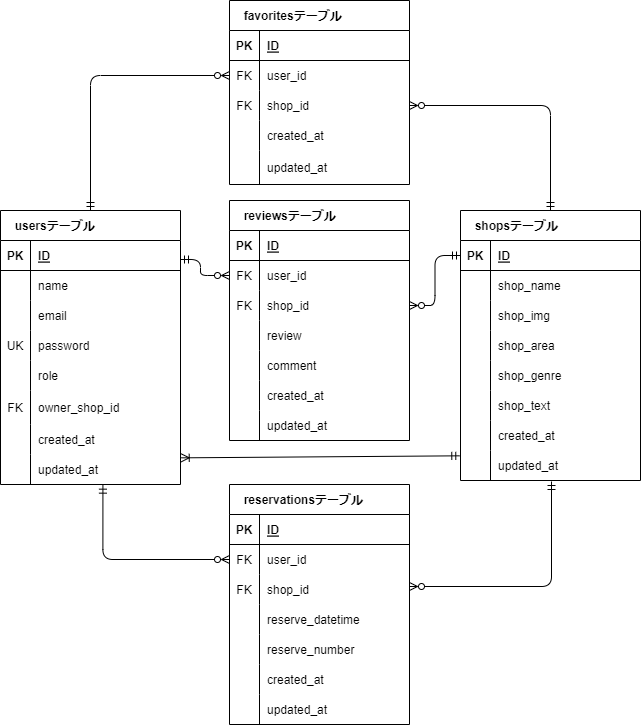
The draw.io diagram rese.drawio.png in tmdressage/Pro-test, before a commit. Source tidied: cells renumbered, new cells last; positions are measured from the earlier drawing's top-left corner, leaving out a move shared by most shapes.
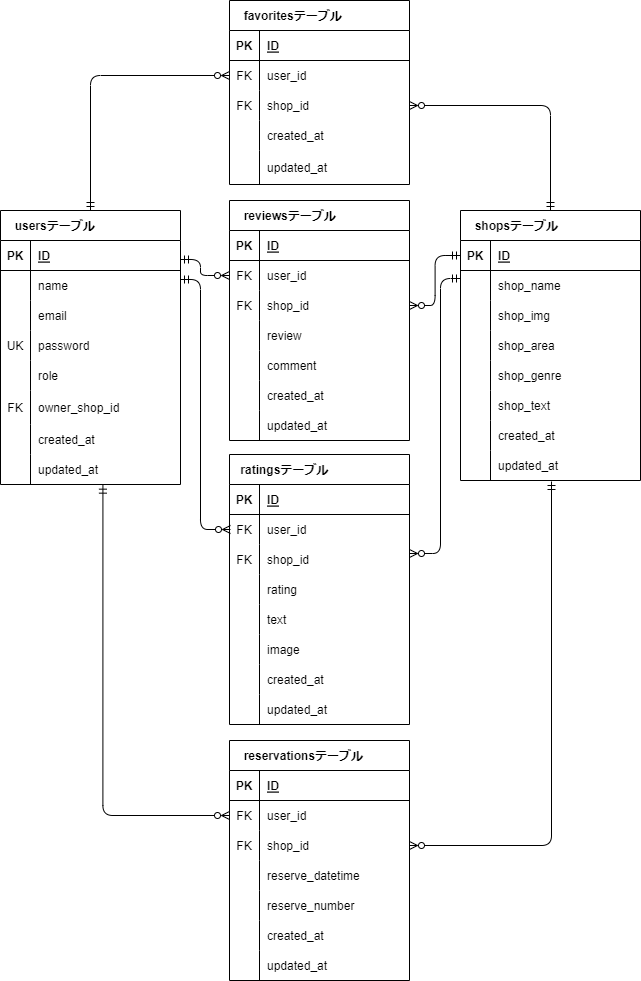
Later version of the same file.

Commit message:
Pro入会テスト提出用(3つの追加機能実装)

What changed in the source:
```diff
@@ -78,7 +78,7 @@
       <mxGeometry x="30" width="150" height="30" as="geometry" />
     </mxCell>
     <mxCell id="27" value="  reservationsテーブル" style="shape=table;startSize=30;rowLines=0;fontStyle=1;align=left;fillColor=none;spacingLeft=6;rotation=0;rounded=0;" parent="1" vertex="1">
-      <mxGeometry x="229" y="484" width="180" height="240" as="geometry" />
+      <mxGeometry x="229" y="740" width="180" height="240" as="geometry" />
     </mxCell>
     <mxCell id="28" style="shape=tableRow;horizontal=0;startSize=0;swimlaneHead=0;swimlaneBody=0;fillColor=none;top=0;left=0;right=0;bottom=1;rounded=0;" parent="27" vertex="1">
       <mxGeometry y="30" width="180" height="30" as="geometry" />
@@ -221,9 +221,8 @@
     <mxCell id="74" style="fontSize=12;html=1;endArrow=ERzeroToMany;startArrow=ERmandOne;sketch=0;hachureGap=4;jiggle=2;curveFitting=1;fontFamily=Architects Daughter;fontSource=https%3A%2F%2Ffonts.googleapis.com%2Fcss%3Ffamily%3DArchitects%2BDaughter;edgeStyle=orthogonalEdgeStyle;entryX=0;entryY=0.5;entryDx=0;entryDy=0;endFill=0;exitX=0.569;exitY=1.022;exitDx=0;exitDy=0;exitPerimeter=0;" parent="1" edge="1" source="24" target="31">
       <mxGeometry relative="1" as="geometry" />
     </mxCell>
-    <mxCell id="75" style="fontSize=12;html=1;endArrow=ERmandOne;startArrow=ERzeroToMany;sketch=0;hachureGap=4;jiggle=2;curveFitting=1;fontFamily=Architects Daughter;fontSource=https%3A%2F%2Ffonts.googleapis.com%2Fcss%3Ffamily%3DArchitects%2BDaughter;startFill=0;endFill=0;exitX=1;exitY=0.5;exitDx=0;exitDy=0;edgeStyle=orthogonalEdgeStyle;" parent="1" edge="1">
+    <mxCell id="75" style="fontSize=12;html=1;endArrow=ERmandOne;startArrow=ERzeroToMany;sketch=0;hachureGap=4;jiggle=2;curveFitting=1;fontFamily=Architects Daughter;fontSource=https%3A%2F%2Ffonts.googleapis.com%2Fcss%3Ffamily%3DArchitects%2BDaughter;startFill=0;endFill=0;edgeStyle=orthogonalEdgeStyle;exitX=1;exitY=0.5;exitDx=0;exitDy=0;" parent="1" edge="1" source="34">
       <mxGeometry relative="1" as="geometry">
-        <mxPoint x="409" y="586" as="sourcePoint" />
         <mxPoint x="551" y="481" as="targetPoint" />
       </mxGeometry>
     </mxCell>
@@ -363,11 +362,100 @@
     <mxCell id="117" style="fontSize=12;html=1;endArrow=ERzeroToMany;startArrow=ERmandOne;sketch=0;hachureGap=4;jiggle=2;curveFitting=1;fontFamily=Architects Daughter;fontSource=https%3A%2F%2Ffonts.googleapis.com%2Fcss%3Ffamily%3DArchitects%2BDaughter;exitX=0;exitY=0.5;exitDx=0;exitDy=0;endFill=0;entryX=1;entryY=0.5;entryDx=0;entryDy=0;edgeStyle=orthogonalEdgeStyle;" parent="1" edge="1" source="50" target="101">
       <mxGeometry relative="1" as="geometry" />
     </mxCell>
-    <mxCell id="118" style="fontSize=12;html=1;endArrow=ERoneToMany;startArrow=ERmandOne;hachureGap=4;fontFamily=Architects Daughter;fontSource=https%3A%2F%2Ffonts.googleapis.com%2Fcss%3Ffamily%3DArchitects%2BDaughter;entryX=1.004;entryY=-0.022;entryDx=0;entryDy=0;entryPerimeter=0;exitX=-0.004;exitY=0.044;exitDx=0;exitDy=0;exitPerimeter=0;" parent="1" edge="1">
-      <mxGeometry relative="1" as="geometry">
-        <mxPoint x="459.3" y="455.3" as="sourcePoint" />
-        <mxPoint x="180.7" y="457.3" as="targetPoint" />
-      </mxGeometry>
+    <mxCell id="118" value=" ratingsテーブル" style="shape=table;startSize=30;rowLines=0;fontStyle=1;align=left;fillColor=none;spacingLeft=6;rotation=0;rounded=0;" parent="1" vertex="1">
+      <mxGeometry x="229" y="454" width="180" height="270" as="geometry" />
     </mxCell>
+    <mxCell id="119" style="shape=tableRow;horizontal=0;startSize=0;swimlaneHead=0;swimlaneBody=0;fillColor=none;top=0;left=0;right=0;bottom=1;rounded=0;" parent="118" vertex="1">
+      <mxGeometry y="30" width="180" height="30" as="geometry" />
+    </mxCell>
+    <mxCell id="120" value="PK" style="shape=partialRectangle;fillColor=none;top=0;left=0;bottom=0;right=0;fontStyle=1;overflow=hidden;rounded=0;" parent="119" vertex="1">
+      <mxGeometry width="30" height="30" as="geometry" />
+    </mxCell>
+    <mxCell id="121" value="ID" style="shape=partialRectangle;fillColor=none;top=0;left=0;bottom=0;right=0;align=left;spacingLeft=6;fontStyle=5;overflow=hidden;rounded=0;" parent="119" vertex="1">
+      <mxGeometry x="30" width="150" height="30" as="geometry" />
+    </mxCell>
+    <mxCell id="122" style="shape=tableRow;horizontal=0;startSize=0;swimlaneHead=0;swimlaneBody=0;fillColor=none;top=0;left=0;right=0;bottom=0;rounded=0;" parent="118" vertex="1">
+      <mxGeometry y="60" width="180" height="30" as="geometry" />
+    </mxCell>
+    <mxCell id="123" value="FK" style="shape=partialRectangle;fillColor=none;top=0;left=0;bottom=0;right=0;overflow=hidden;rounded=0;" parent="122" vertex="1">
+      <mxGeometry width="30" height="30" as="geometry" />
+    </mxCell>
+    <mxCell id="124" value="user_id" style="shape=partialRectangle;fillColor=none;top=0;left=0;bottom=0;right=0;align=left;spacingLeft=6;overflow=hidden;rounded=0;" parent="122" vertex="1">
+      <mxGeometry x="30" width="150" height="30" as="geometry" />
+    </mxCell>
+    <mxCell id="125" style="shape=tableRow;horizontal=0;startSize=0;swimlaneHead=0;swimlaneBody=0;fillColor=none;top=0;left=0;right=0;bottom=0;rounded=0;" parent="118" vertex="1">
+      <mxGeometry y="90" width="180" height="30" as="geometry" />
+    </mxCell>
+    <mxCell id="126" value="FK" style="shape=partialRectangle;fillColor=none;top=0;left=0;bottom=0;right=0;overflow=hidden;rounded=0;" parent="125" vertex="1">
+      <mxGeometry width="30" height="30" as="geometry" />
+    </mxCell>
+    <mxCell id="127" value="shop_id" style="shape=partialRectangle;fillColor=none;top=0;left=0;bottom=0;right=0;align=left;spacingLeft=6;overflow=hidden;rounded=0;" parent="125" vertex="1">
+      <mxGeometry x="30" width="150" height="30" as="geometry" />
+    </mxCell>
+    <mxCell id="128" style="shape=tableRow;horizontal=0;startSize=0;swimlaneHead=0;swimlaneBody=0;fillColor=none;top=0;left=0;right=0;bottom=0;rounded=0;" parent="118" vertex="1">
+      <mxGeometry y="120" width="180" height="30" as="geometry" />
+    </mxCell>
+    <mxCell id="129" style="shape=partialRectangle;fillColor=none;top=0;left=0;bottom=0;right=0;overflow=hidden;rounded=0;" parent="128" vertex="1">
+      <mxGeometry width="30" height="30" as="geometry" />
+    </mxCell>
+    <mxCell id="130" value="rating" style="shape=partialRectangle;fillColor=none;top=0;left=0;bottom=0;right=0;align=left;spacingLeft=6;overflow=hidden;rounded=0;" parent="128" vertex="1">
+      <mxGeometry x="30" width="150" height="30" as="geometry" />
+    </mxCell>
+    <mxCell id="131" style="shape=tableRow;horizontal=0;startSize=0;swimlaneHead=0;swimlaneBody=0;fillColor=none;top=0;left=0;right=0;bottom=0;rounded=0;" parent="118" vertex="1">
+      <mxGeometry y="150" width="180" height="30" as="geometry" />
+    </mxCell>
+    <mxCell id="132" style="shape=partialRectangle;fillColor=none;top=0;left=0;bottom=0;right=0;overflow=hidden;rounded=0;" parent="131" vertex="1">
+      <mxGeometry width="30" height="30" as="geometry" />
+    </mxCell>
+    <mxCell id="133" value="text" style="shape=partialRectangle;fillColor=none;top=0;left=0;bottom=0;right=0;align=left;spacingLeft=6;overflow=hidden;rounded=0;" parent="131" vertex="1">
+      <mxGeometry x="30" width="150" height="30" as="geometry" />
+    </mxCell>
+    <mxCell id="134" style="shape=tableRow;horizontal=0;startSize=0;swimlaneHead=0;swimlaneBody=0;fillColor=none;top=0;left=0;right=0;bottom=0;rounded=0;" parent="118" vertex="1">
+      <mxGeometry y="180" width="180" height="30" as="geometry" />
+    </mxCell>
+    <mxCell id="135" style="shape=partialRectangle;fillColor=none;top=0;left=0;bottom=0;right=0;overflow=hidden;rounded=0;" parent="134" vertex="1">
+      <mxGeometry width="30" height="30" as="geometry" />
+    </mxCell>
+    <mxCell id="136" value="image" style="shape=partialRectangle;fillColor=none;top=0;left=0;bottom=0;right=0;align=left;spacingLeft=6;overflow=hidden;rounded=0;" parent="134" vertex="1">
+      <mxGeometry x="30" width="150" height="30" as="geometry" />
+    </mxCell>
+    <mxCell id="137" style="shape=tableRow;horizontal=0;startSize=0;swimlaneHead=0;swimlaneBody=0;fillColor=none;top=0;left=0;right=0;bottom=0;rounded=0;" parent="118" vertex="1">
+      <mxGeometry y="210" width="180" height="30" as="geometry" />
+    </mxCell>
+    <mxCell id="138" style="shape=partialRectangle;fillColor=none;top=0;left=0;bottom=0;right=0;overflow=hidden;rounded=0;" parent="137" vertex="1">
+      <mxGeometry width="30" height="30" as="geometry" />
+    </mxCell>
+    <mxCell id="139" value="created_at" style="shape=partialRectangle;fillColor=none;top=0;left=0;bottom=0;right=0;align=left;spacingLeft=6;overflow=hidden;rounded=0;" parent="137" vertex="1">
+      <mxGeometry x="30" width="150" height="30" as="geometry" />
+    </mxCell>
+    <mxCell id="140" style="shape=tableRow;horizontal=0;startSize=0;swimlaneHead=0;swimlaneBody=0;fillColor=none;top=0;left=0;right=0;bottom=0;rounded=0;" parent="118" vertex="1">
+      <mxGeometry y="240" width="180" height="30" as="geometry" />
+    </mxCell>
+    <mxCell id="141" style="shape=partialRectangle;fillColor=none;top=0;left=0;bottom=0;right=0;overflow=hidden;rounded=0;" parent="140" vertex="1">
+      <mxGeometry width="30" height="30" as="geometry" />
+    </mxCell>
+    <mxCell id="142" value="updated_at" style="shape=partialRectangle;fillColor=none;top=0;left=0;bottom=0;right=0;align=left;spacingLeft=6;overflow=hidden;rounded=0;" parent="140" vertex="1">
+      <mxGeometry x="30" width="150" height="30" as="geometry" />
+    </mxCell>
+    <mxCell id="143" style="fontSize=12;html=1;endArrow=ERzeroToMany;startArrow=ERmandOne;sketch=0;hachureGap=4;jiggle=2;curveFitting=1;fontFamily=Architects Daughter;fontSource=https%3A%2F%2Ffonts.googleapis.com%2Fcss%3Ffamily%3DArchitects%2BDaughter;edgeStyle=orthogonalEdgeStyle;endFill=0;exitX=0.569;exitY=1.022;exitDx=0;exitDy=0;exitPerimeter=0;" parent="1" edge="1">
+      <mxGeometry relative="1" as="geometry">
+        <mxPoint x="180" y="279" as="sourcePoint" />
+        <mxPoint x="230" y="529" as="targetPoint" />
+        <Array as="points">
+          <mxPoint x="200" y="279" />
+          <mxPoint x="200" y="529" />
+        </Array>
+      </mxGeometry>
+    </mxCell>
+    <mxCell id="144" style="fontSize=12;html=1;endArrow=ERzeroToMany;startArrow=ERmandOne;sketch=0;hachureGap=4;jiggle=2;curveFitting=1;fontFamily=Architects Daughter;fontSource=https%3A%2F%2Ffonts.googleapis.com%2Fcss%3Ffamily%3DArchitects%2BDaughter;exitX=0;exitY=0.5;exitDx=0;exitDy=0;endFill=0;edgeStyle=orthogonalEdgeStyle;entryX=1;entryY=0.5;entryDx=0;entryDy=0;" parent="1" edge="1">
+      <mxGeometry relative="1" as="geometry">
+        <mxPoint x="460" y="278" as="sourcePoint" />
+        <mxPoint x="409" y="553" as="targetPoint" />
+        <Array as="points">
+          <mxPoint x="440" y="278" />
+          <mxPoint x="440" y="553" />
+        </Array>
+      </mxGeometry>
+    </mxCell>
   </root>
 </mxGraphModel>
```
